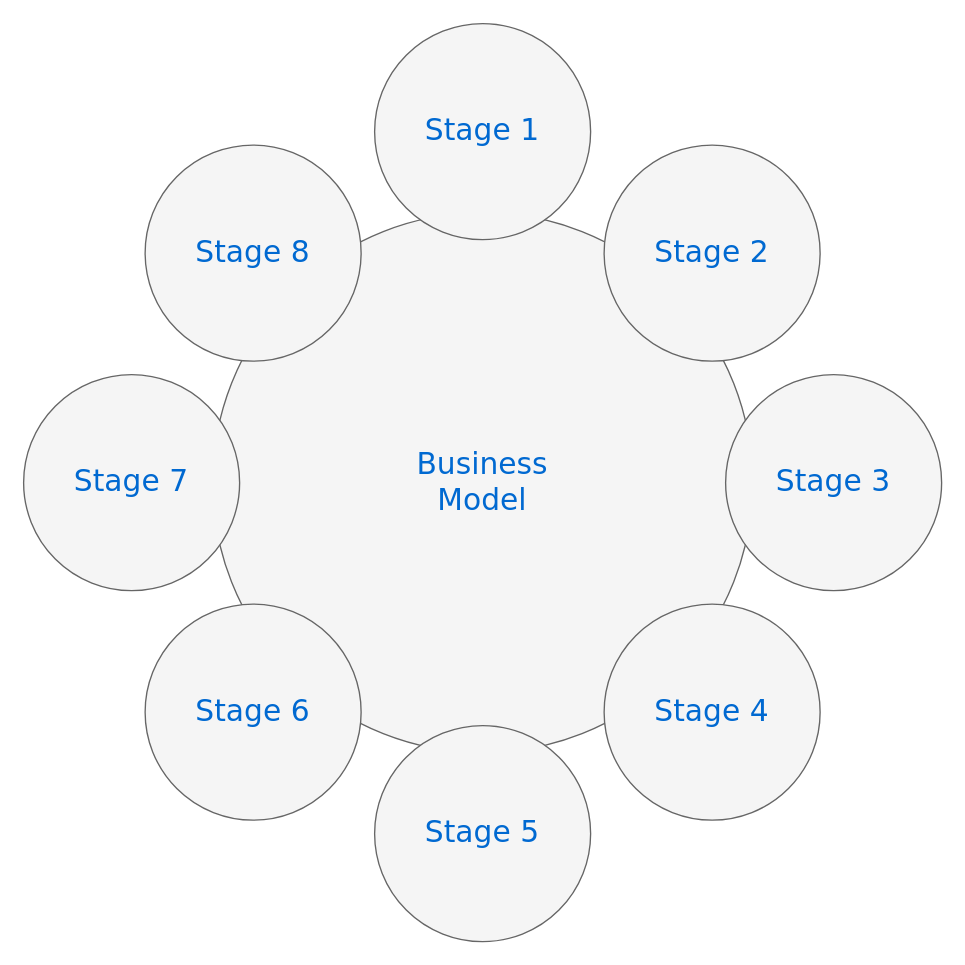
Earlier version of the draw.io diagram Untitled Diagram.drawio (Arpitha890/pygoatdemo). Source tidied: cells renumbered, new cells numbered last; positions are measured from the earlier drawing's top-left corner, leaving out a move shared by most shapes. Both pictures are drawn from the tidied source at 135%, with x=0, y=0 at pixel (23, 23).
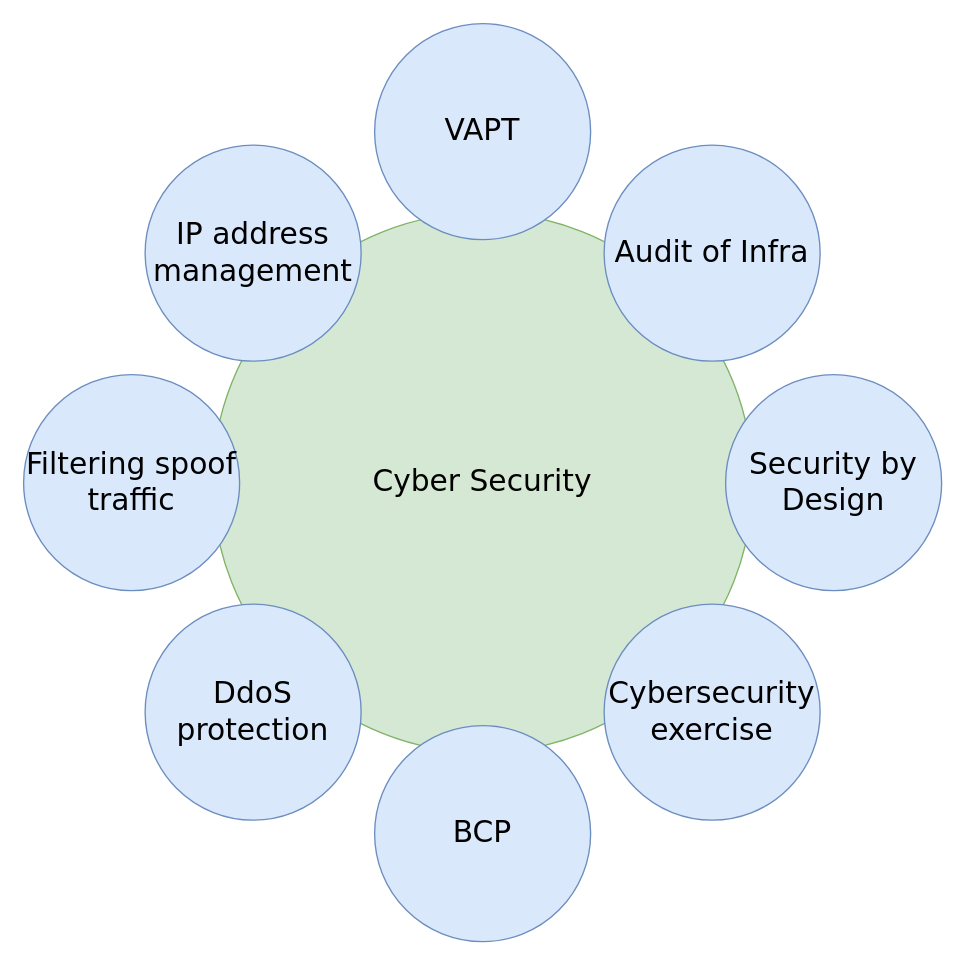
The same diagram, later.

What changed in the source:
```diff
@@
 <mxGraphModel>
   <root>
     <mxCell id="0" />
     <mxCell id="1" parent="0" />
-    <mxCell id="2" value="Business&lt;div&gt;Model&lt;/div&gt;" style="ellipse;whiteSpace=wrap;html=1;rounded=0;shadow=0;dashed=0;comic=0;fontFamily=Verdana;fontSize=22;fontColor=#0069D1;fillColor=#f5f5f5;strokeColor=#666666;" parent="1" vertex="1">
+    <mxCell id="2" value="Cyber Security" style="ellipse;whiteSpace=wrap;html=1;rounded=0;shadow=0;dashed=0;comic=0;fontFamily=Verdana;fontSize=22;fillColor=#d5e8d4;strokeColor=#82b366;" parent="1" vertex="1">
       <mxGeometry x="140" y="140" width="400" height="400" as="geometry" />
     </mxCell>
-    <mxCell id="3" value="Stage 1" style="ellipse;whiteSpace=wrap;html=1;rounded=0;shadow=0;dashed=0;comic=0;fontFamily=Verdana;fontSize=22;fontColor=#0069D1;fillColor=#f5f5f5;strokeColor=#666666;" parent="1" vertex="1">
+    <mxCell id="3" value="VAPT" style="ellipse;whiteSpace=wrap;html=1;rounded=0;shadow=0;dashed=0;comic=0;fontFamily=Verdana;fontSize=22;fillColor=#dae8fc;strokeColor=#6c8ebf;" parent="1" vertex="1">
       <mxGeometry x="260" width="160" height="160" as="geometry" />
     </mxCell>
-    <mxCell id="4" value="Stage 5" style="ellipse;whiteSpace=wrap;html=1;rounded=0;shadow=0;dashed=0;comic=0;fontFamily=Verdana;fontSize=22;fontColor=#0069D1;fillColor=#f5f5f5;strokeColor=#666666;" parent="1" vertex="1">
+    <mxCell id="4" value="BCP" style="ellipse;whiteSpace=wrap;html=1;rounded=0;shadow=0;dashed=0;comic=0;fontFamily=Verdana;fontSize=22;fillColor=#dae8fc;strokeColor=#6c8ebf;" parent="1" vertex="1">
       <mxGeometry x="260" y="520" width="160" height="160" as="geometry" />
     </mxCell>
-    <mxCell id="5" value="Stage 3" style="ellipse;whiteSpace=wrap;html=1;rounded=0;shadow=0;dashed=0;comic=0;fontFamily=Verdana;fontSize=22;fontColor=#0069D1;fillColor=#f5f5f5;strokeColor=#666666;" parent="1" vertex="1">
+    <mxCell id="5" value="Security by Design" style="ellipse;whiteSpace=wrap;html=1;rounded=0;shadow=0;dashed=0;comic=0;fontFamily=Verdana;fontSize=22;fillColor=#dae8fc;strokeColor=#6c8ebf;" parent="1" vertex="1">
       <mxGeometry x="520" y="260" width="160" height="160" as="geometry" />
     </mxCell>
-    <mxCell id="6" value="Stage 7" style="ellipse;whiteSpace=wrap;html=1;rounded=0;shadow=0;dashed=0;comic=0;fontFamily=Verdana;fontSize=22;fontColor=#0069D1;fillColor=#f5f5f5;strokeColor=#666666;" parent="1" vertex="1">
+    <mxCell id="6" value="Filtering spoof traffic" style="ellipse;whiteSpace=wrap;html=1;rounded=0;shadow=0;dashed=0;comic=0;fontFamily=Verdana;fontSize=22;fillColor=#dae8fc;strokeColor=#6c8ebf;" parent="1" vertex="1">
       <mxGeometry y="260" width="160" height="160" as="geometry" />
     </mxCell>
-    <mxCell id="7" value="Stage 8" style="ellipse;whiteSpace=wrap;html=1;rounded=0;shadow=0;dashed=0;comic=0;fontFamily=Verdana;fontSize=22;fontColor=#0069D1;fillColor=#f5f5f5;strokeColor=#666666;" parent="1" vertex="1">
+    <mxCell id="7" value="IP address management" style="ellipse;whiteSpace=wrap;html=1;rounded=0;shadow=0;dashed=0;comic=0;fontFamily=Verdana;fontSize=22;fillColor=#dae8fc;strokeColor=#6c8ebf;" parent="1" vertex="1">
       <mxGeometry x="90" y="90" width="160" height="160" as="geometry" />
     </mxCell>
-    <mxCell id="8" value="Stage 2" style="ellipse;whiteSpace=wrap;html=1;rounded=0;shadow=0;dashed=0;comic=0;fontFamily=Verdana;fontSize=22;fontColor=#0069D1;fillColor=#f5f5f5;strokeColor=#666666;" parent="1" vertex="1">
+    <mxCell id="8" value="Audit of Infra" style="ellipse;whiteSpace=wrap;html=1;rounded=0;shadow=0;dashed=0;comic=0;fontFamily=Verdana;fontSize=22;fillColor=#dae8fc;strokeColor=#6c8ebf;" parent="1" vertex="1">
       <mxGeometry x="430" y="90" width="160" height="160" as="geometry" />
     </mxCell>
-    <mxCell id="9" value="Stage 4" style="ellipse;whiteSpace=wrap;html=1;rounded=0;shadow=0;dashed=0;comic=0;fontFamily=Verdana;fontSize=22;fontColor=#0069D1;fillColor=#f5f5f5;strokeColor=#666666;" parent="1" vertex="1">
+    <mxCell id="9" value="Cybersecurity exercise" style="ellipse;whiteSpace=wrap;html=1;rounded=0;shadow=0;dashed=0;comic=0;fontFamily=Verdana;fontSize=22;fillColor=#dae8fc;strokeColor=#6c8ebf;" parent="1" vertex="1">
       <mxGeometry x="430" y="430" width="160" height="160" as="geometry" />
     </mxCell>
-    <mxCell id="10" value="Stage 6" style="ellipse;whiteSpace=wrap;html=1;rounded=0;shadow=0;dashed=0;comic=0;fontFamily=Verdana;fontSize=22;fontColor=#0069D1;fillColor=#f5f5f5;strokeColor=#666666;" parent="1" vertex="1">
+    <mxCell id="10" value="DdoS protection" style="ellipse;whiteSpace=wrap;html=1;rounded=0;shadow=0;dashed=0;comic=0;fontFamily=Verdana;fontSize=22;fillColor=#dae8fc;strokeColor=#6c8ebf;" parent="1" vertex="1">
       <mxGeometry x="90" y="430" width="160" height="160" as="geometry" />
     </mxCell>
   </root>
 </mxGraphModel>
```
